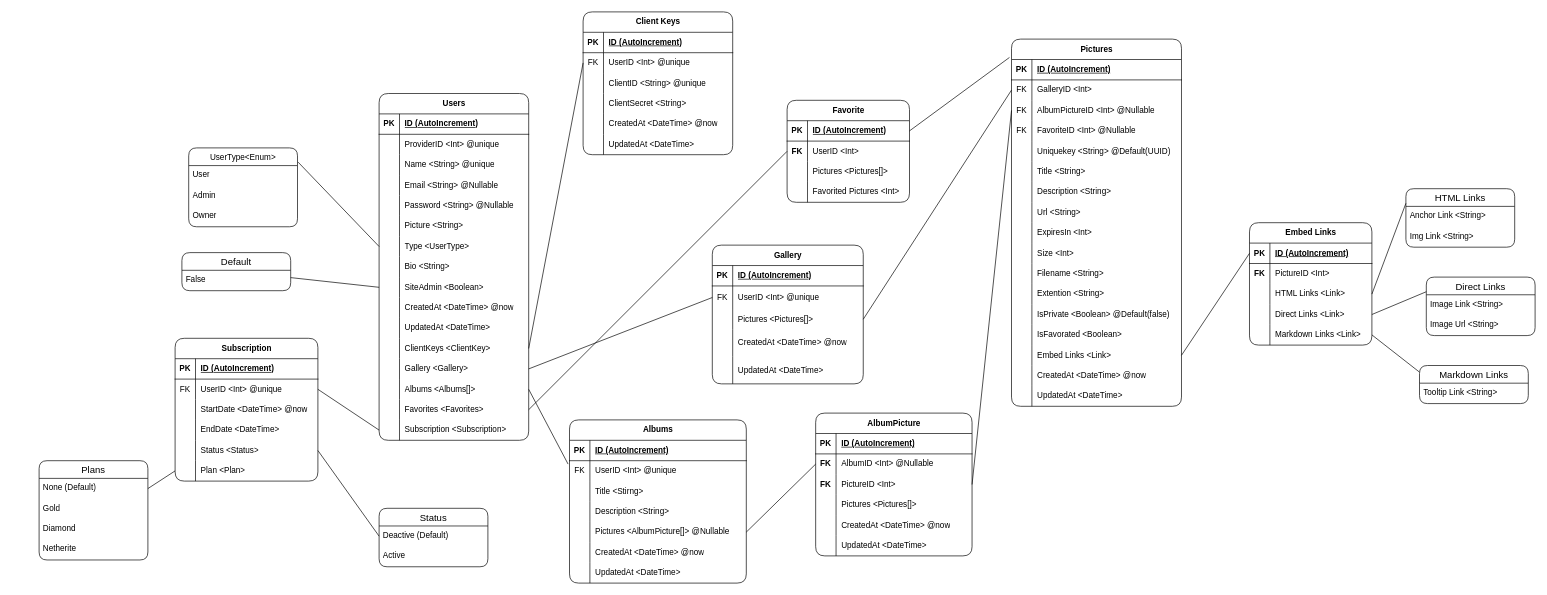
Novanaa/Pixelarium keeps this draw.io diagram as project/models/Pixelarium.drawio. Above is the earlier version. Source tidied: cells renumbered, new cells numbered last; positions are measured from the earlier drawing's top-left corner, leaving out a move shared by most shapes. Both pictures are drawn from the tidied source at 68%, with x=0, y=0 at pixel (39, 12).
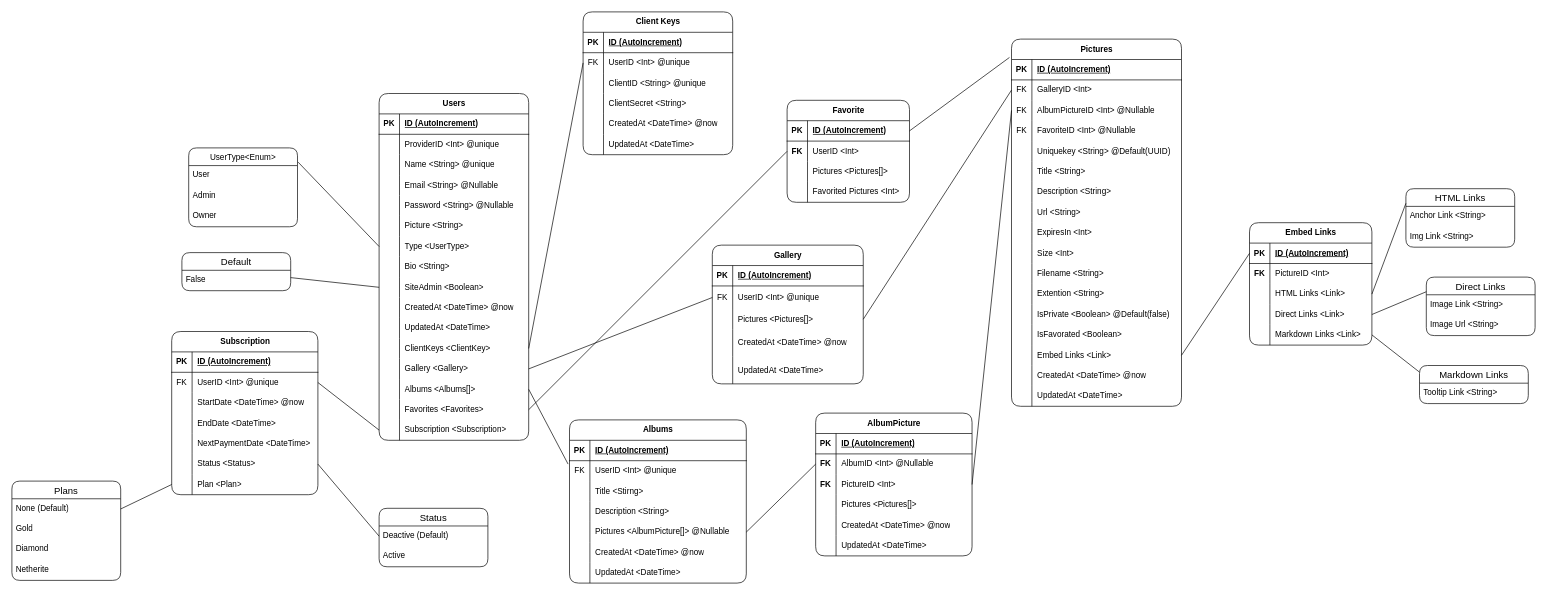
After the change.

Commit message (it also covers changes not shown here):
Added next_payments_date field to subscription model

The edit, as a diff of the source:
```diff
@@
     <mxCell id="172" value="Subscription" style="shape=table;startSize=30;childLayout=tableLayout;rowLines=0;fontStyle=1;align=center;html=1;rounded=1;" parent="1" vertex="1">
-      <mxGeometry x="200" y="480" width="210" height="210" as="geometry" />
+      <mxGeometry x="195" y="470" width="215" height="240" as="geometry" />
     </mxCell>
     <mxCell id="173" style="shape=tableRow;horizontal=0;startSize=0;swimlaneHead=0;swimlaneBody=0;fillColor=none;top=0;left=0;right=0;bottom=1;" parent="172" vertex="1">
-      <mxGeometry y="30" width="210" height="30" as="geometry" />
+      <mxGeometry y="30" width="215" height="30" as="geometry" />
     </mxCell>
@@
     <mxCell id="175" value="ID (AutoIncrement)" style="shape=partialRectangle;fillColor=none;top=0;left=0;bottom=0;right=0;align=left;spacingLeft=6;fontStyle=5;overflow=hidden;whiteSpace=wrap;html=1;" parent="173" vertex="1">
-      <mxGeometry x="30" width="180" height="30" as="geometry" />
+      <mxGeometry x="30" width="185" height="30" as="geometry" />
     </mxCell>
     <mxCell id="176" style="shape=tableRow;horizontal=0;startSize=0;swimlaneHead=0;swimlaneBody=0;fillColor=none;points=[[0,0.5],[1,0.5]];portConstraint=eastwest;top=0;left=0;right=0;bottom=0;" parent="172" vertex="1">
-      <mxGeometry y="60" width="210" height="30" as="geometry" />
+      <mxGeometry y="60" width="215" height="30" as="geometry" />
     </mxCell>
@@
     <mxCell id="178" value="UserID &amp;lt;Int&amp;gt; @unique" style="shape=partialRectangle;fillColor=none;top=0;left=0;bottom=0;right=0;align=left;spacingLeft=6;overflow=hidden;whiteSpace=wrap;html=1;" parent="176" vertex="1">
-      <mxGeometry x="30" width="180" height="30" as="geometry" />
+      <mxGeometry x="30" width="185" height="30" as="geometry" />
     </mxCell>
     <mxCell id="179" style="shape=tableRow;horizontal=0;startSize=0;swimlaneHead=0;swimlaneBody=0;fillColor=none;top=0;left=0;right=0;bottom=0;" parent="172" vertex="1">
-      <mxGeometry y="90" width="210" height="30" as="geometry" />
+      <mxGeometry y="90" width="215" height="30" as="geometry" />
     </mxCell>
@@
     <mxCell id="181" value="StartDate &amp;lt;DateTime&amp;gt; @now" style="shape=partialRectangle;fillColor=none;top=0;left=0;bottom=0;right=0;align=left;spacingLeft=6;overflow=hidden;whiteSpace=wrap;html=1;" parent="179" vertex="1">
-      <mxGeometry x="30" width="180" height="30" as="geometry" />
+      <mxGeometry x="30" width="185" height="30" as="geometry" />
     </mxCell>
     <mxCell id="182" style="shape=tableRow;horizontal=0;startSize=0;swimlaneHead=0;swimlaneBody=0;fillColor=none;top=0;left=0;right=0;bottom=0;" parent="172" vertex="1">
-      <mxGeometry y="120" width="210" height="30" as="geometry" />
+      <mxGeometry y="120" width="215" height="30" as="geometry" />
     </mxCell>
@@
     <mxCell id="184" value="EndDate &amp;lt;DateTime&amp;gt;&amp;nbsp;" style="shape=partialRectangle;fillColor=none;top=0;left=0;bottom=0;right=0;align=left;spacingLeft=6;overflow=hidden;whiteSpace=wrap;html=1;" parent="182" vertex="1">
-      <mxGeometry x="30" width="180" height="30" as="geometry" />
+      <mxGeometry x="30" width="185" height="30" as="geometry" />
     </mxCell>
+    <mxCell id="266" style="shape=tableRow;horizontal=0;startSize=0;swimlaneHead=0;swimlaneBody=0;fillColor=none;top=0;left=0;right=0;bottom=0;" parent="172" vertex="1">
+      <mxGeometry y="150" width="215" height="30" as="geometry" />
+    </mxCell>
+    <mxCell id="267" style="shape=partialRectangle;fillColor=none;top=0;left=0;bottom=0;right=0;overflow=hidden;whiteSpace=wrap;html=1;" parent="266" vertex="1">
+      <mxGeometry width="30" height="30" as="geometry" />
+    </mxCell>
+    <mxCell id="268" value="NextPaymentDate &amp;lt;DateTime&amp;gt;&amp;nbsp;" style="shape=partialRectangle;fillColor=none;top=0;left=0;bottom=0;right=0;align=left;spacingLeft=6;overflow=hidden;whiteSpace=wrap;html=1;" parent="266" vertex="1">
+      <mxGeometry x="30" width="185" height="30" as="geometry" />
+    </mxCell>
     <mxCell id="185" style="shape=tableRow;horizontal=0;startSize=0;swimlaneHead=0;swimlaneBody=0;fillColor=none;points=[[0,0.5],[1,0.5]];portConstraint=eastwest;top=0;left=0;right=0;bottom=0;" parent="172" vertex="1">
-      <mxGeometry y="150" width="210" height="30" as="geometry" />
+      <mxGeometry y="180" width="215" height="30" as="geometry" />
     </mxCell>
@@
     <mxCell id="187" value="Status &amp;lt;Status&amp;gt;" style="shape=partialRectangle;fillColor=none;top=0;left=0;bottom=0;right=0;align=left;spacingLeft=6;overflow=hidden;whiteSpace=wrap;html=1;" parent="185" vertex="1">
-      <mxGeometry x="30" width="180" height="30" as="geometry" />
+      <mxGeometry x="30" width="185" height="30" as="geometry" />
     </mxCell>
     <mxCell id="188" style="shape=tableRow;horizontal=0;startSize=0;swimlaneHead=0;swimlaneBody=0;fillColor=none;points=[[0,0.5],[1,0.5]];portConstraint=eastwest;top=0;left=0;right=0;bottom=0;" parent="172" vertex="1">
-      <mxGeometry y="180" width="210" height="30" as="geometry" />
+      <mxGeometry y="210" width="215" height="30" as="geometry" />
     </mxCell>
@@
     <mxCell id="190" value="Plan &amp;lt;Plan&amp;gt;" style="shape=partialRectangle;fillColor=none;top=0;left=0;bottom=0;right=0;align=left;spacingLeft=6;overflow=hidden;whiteSpace=wrap;html=1;" parent="188" vertex="1">
-      <mxGeometry x="30" width="180" height="30" as="geometry" />
+      <mxGeometry x="30" width="185" height="30" as="geometry" />
     </mxCell>
@@
     <mxCell id="196" value="Plans" style="swimlane;fontStyle=0;horizontal=1;startSize=26;align=center;fontSize=14;rounded=1;" parent="1" vertex="1">
-      <mxGeometry y="660" width="160" height="146" as="geometry" />
+      <mxGeometry x="-40" y="690" width="160" height="146" as="geometry" />
     </mxCell>
```
